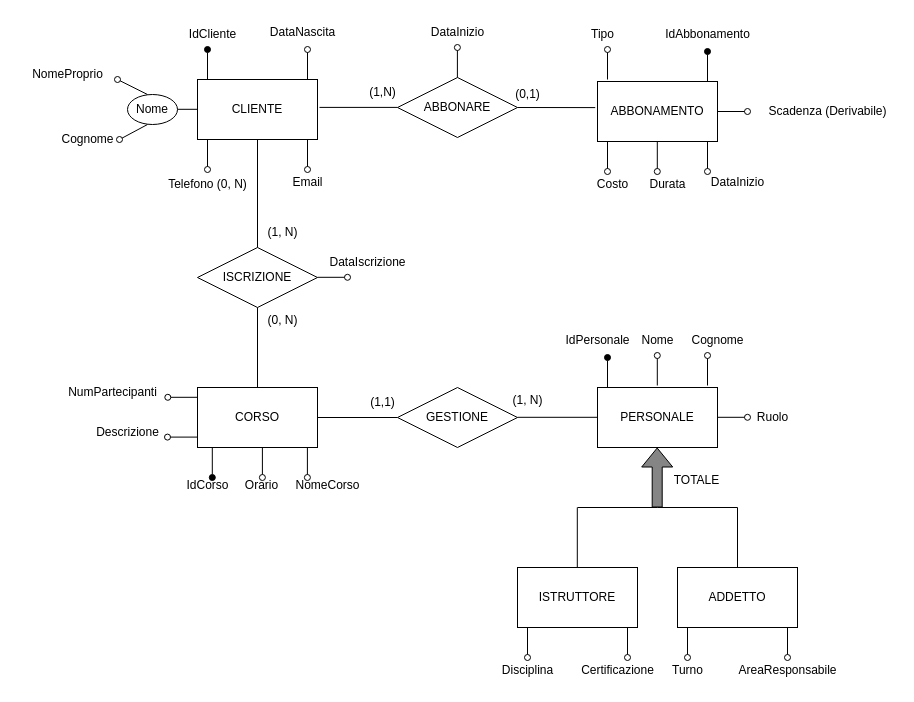
This is CentroSportivo.drawio from alexbnls/BasiDati, a draw.io file, before an edit. Source tidied: cells renumbered, new cells numbered last; positions are measured from the earlier drawing's top-left corner, leaving out a move shared by most shapes. Both pictures are drawn from the tidied source at 100%, with x=0, y=0 at pixel (17, 17).
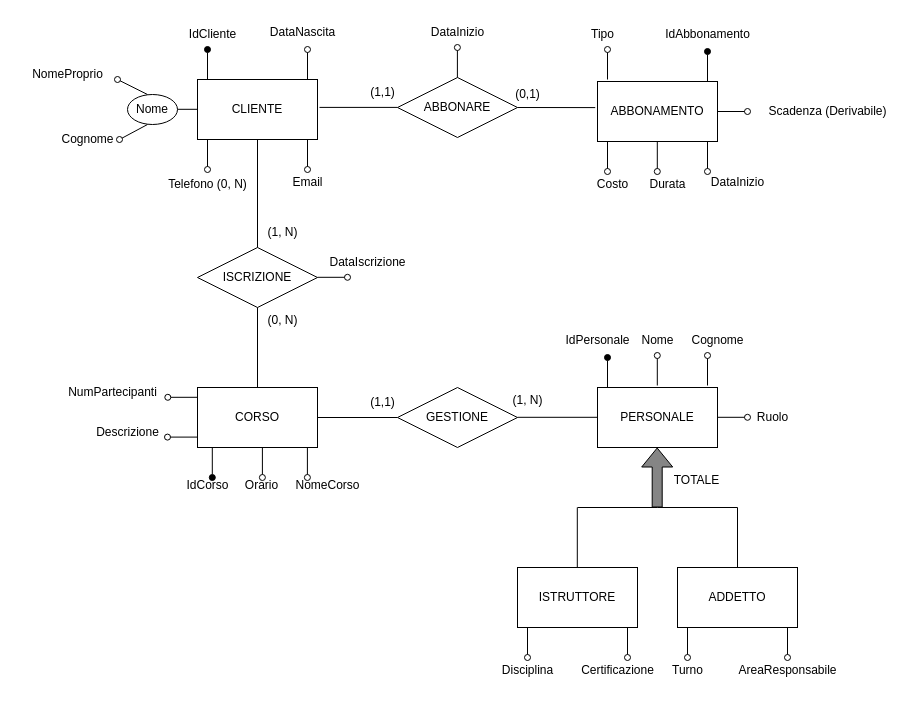
The same page after the edit.

The edit, as a diff of the source:
```diff
@@
-    <mxCell id="76" value="(1,N)" style="text;html=1;align=center;verticalAlign=middle;strokeColor=none;fillColor=none;" parent="1" vertex="1">
+    <mxCell id="76" value="(1,1)" style="text;html=1;align=center;verticalAlign=middle;strokeColor=none;fillColor=none;" parent="1" vertex="1">
       <mxGeometry x="340" y="60" width="50" height="30" as="geometry" />
     </mxCell>
```
